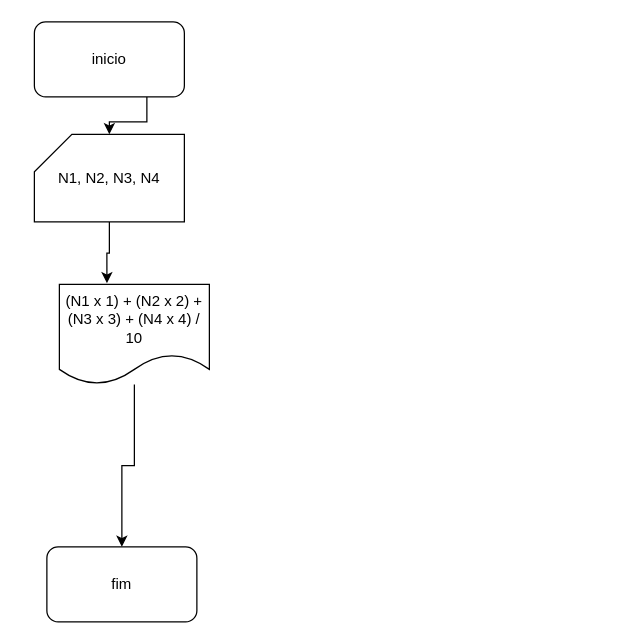
Before: Diagrama sem nome.drawio in zWizhard/mdc118, a draw.io diagram. Source tidied: cells renumbered, new cells numbered last; positions are measured from the earlier drawing's top-left corner, leaving out a move shared by most shapes. Both pictures are drawn from the tidied source at 125%, with x=0, y=0 at pixel (34, 21).
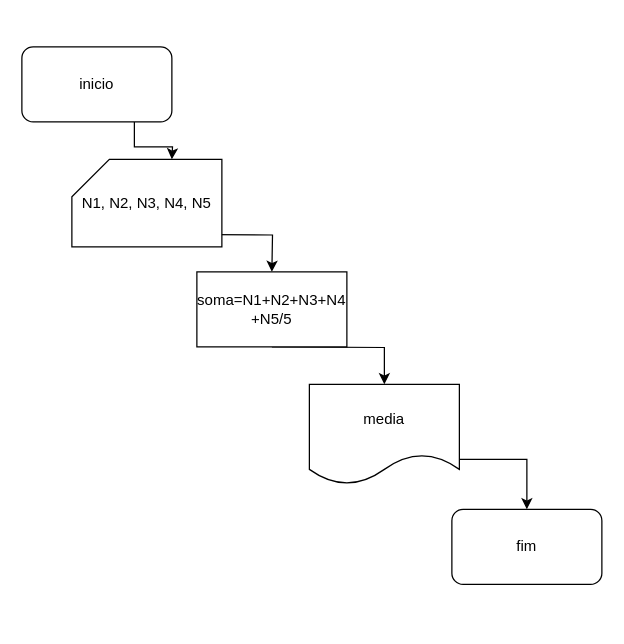
After the change.

Commit message:
Calcule a média aritmética de 5 números;

Change to the diagram source:
```diff
@@
 <mxGraphModel>
   <root>
     <mxCell id="0" />
     <mxCell id="1" parent="0" />
-    <mxCell id="2" style="edgeStyle=orthogonalEdgeStyle;rounded=0;jettySize=auto;html=1;exitX=0.75;exitY=1;exitDx=0;exitDy=0;" parent="1" edge="1" source="3" target="8">
-      <mxGeometry relative="1" as="geometry" />
-    </mxCell>
+    <mxCell id="9" style="edgeStyle=orthogonalEdgeStyle;rounded=0;jettySize=auto;html=1;exitX=0.75;exitY=1;exitDx=0;exitDy=0;" parent="1" edge="1" source="3">
+      <mxGeometry relative="1" as="geometry">
+        <mxPoint x="110" y="110" as="targetPoint" />
+      </mxGeometry>
+    </mxCell>
     <mxCell id="3" value="inicio" style="rounded=1;whiteSpace=wrap;html=1;" parent="1" vertex="1">
-      <mxGeometry width="120" height="60" as="geometry" />
+      <mxGeometry x="-10" y="20" width="120" height="60" as="geometry" />
     </mxCell>
-    <mxCell id="4" style="edgeStyle=orthogonalEdgeStyle;rounded=0;jettySize=auto;html=1;" parent="1" edge="1" source="5" target="6">
-      <mxGeometry relative="1" as="geometry" />
-    </mxCell>
-    <mxCell id="5" value="(N1 x 1) + (N2 x 2) + (N3 x 3) + (N4 x 4) / 10" style="shape=document;whiteSpace=wrap;html=1;boundedLbl=1;" parent="1" vertex="1">
-      <mxGeometry x="20" y="210" width="120" height="80" as="geometry" />
-    </mxCell>
+    <mxCell id="10" style="edgeStyle=orthogonalEdgeStyle;rounded=0;orthogonalLoop=1;jettySize=auto;html=1;exitX=0.5;exitY=1;exitDx=0;exitDy=0;" parent="1" edge="1">
+      <mxGeometry relative="1" as="geometry">
+        <mxPoint x="110" y="170" as="sourcePoint" />
+        <mxPoint x="190" y="200" as="targetPoint" />
+      </mxGeometry>
+    </mxCell>
+    <mxCell id="11" style="edgeStyle=orthogonalEdgeStyle;rounded=0;jettySize=auto;html=1;exitX=0.5;exitY=1;exitDx=0;exitDy=0;entryX=0.5;entryY=0;entryDx=0;entryDy=0;" parent="1" edge="1" target="13">
+      <mxGeometry relative="1" as="geometry">
+        <mxPoint x="190" y="260" as="sourcePoint" />
+      </mxGeometry>
+    </mxCell>
+    <mxCell id="12" style="edgeStyle=orthogonalEdgeStyle;rounded=0;jettySize=auto;html=1;exitX=1;exitY=0.75;exitDx=0;exitDy=0;" parent="1" edge="1" source="13" target="6">
+      <mxGeometry relative="1" as="geometry" />
+    </mxCell>
+    <mxCell id="13" value="media" style="shape=document;whiteSpace=wrap;html=1;boundedLbl=1;" parent="1" vertex="1">
+      <mxGeometry x="220" y="290" width="120" height="80" as="geometry" />
+    </mxCell>
     <mxCell id="6" value="fim" style="rounded=1;whiteSpace=wrap;html=1;" parent="1" vertex="1">
-      <mxGeometry x="10" y="420" width="120" height="60" as="geometry" />
+      <mxGeometry x="334" y="390" width="120" height="60" as="geometry" />
     </mxCell>
-    <mxCell id="7" style="edgeStyle=orthogonalEdgeStyle;rounded=0;jettySize=auto;html=1;entryX=0.317;entryY=-0.012;entryDx=0;entryDy=0;entryPerimeter=0;" parent="1" edge="1" source="8" target="5">
-      <mxGeometry relative="1" as="geometry" />
-    </mxCell>
-    <mxCell id="8" value="N1, N2, N3, N4" style="shape=card;whiteSpace=wrap;html=1;" parent="1" vertex="1">
-      <mxGeometry y="90" width="120" height="70" as="geometry" />
-    </mxCell>
+    <mxCell id="14" value="soma=N1+N2+N3+N4&lt;br&gt;+N5/5" style="rounded=0;whiteSpace=wrap;html=1;" parent="1" vertex="1">
+      <mxGeometry x="130" y="200" width="120" height="60" as="geometry" />
+    </mxCell>
+    <mxCell id="15" value="N1, N2, N3, N4, N5" style="shape=card;whiteSpace=wrap;html=1;" parent="1" vertex="1">
+      <mxGeometry x="30" y="110" width="120" height="70" as="geometry" />
+    </mxCell>
   </root>
 </mxGraphModel>
```
